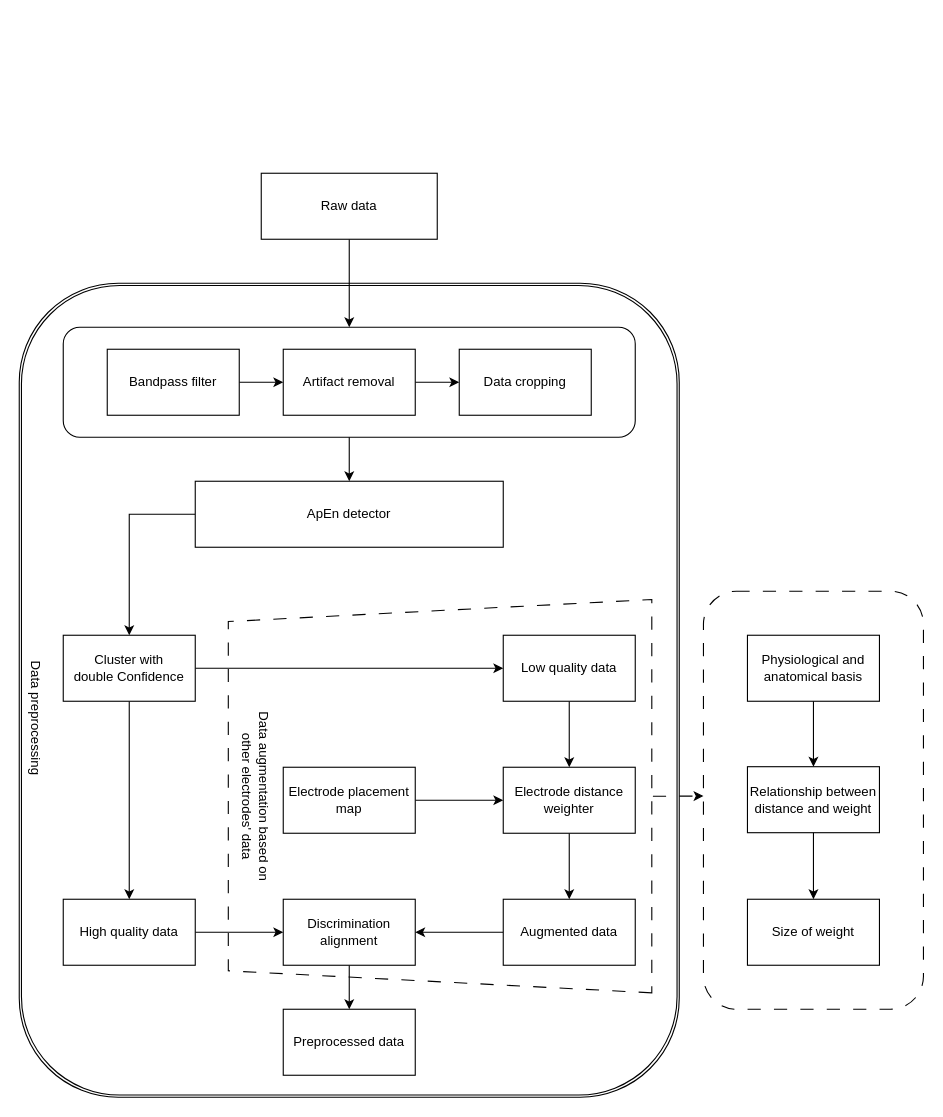
The draw.io diagram Flowchart_0401汇报版本.drawio in JiPingCui/hello-world, before the edit. Source tidied: cells renumbered, new cells numbered last; positions are measured from the earlier drawing's top-left corner, leaving out a move shared by most shapes. Both pictures are drawn from the tidied source at 110%, with x=0, y=0 at pixel (-36, 173).
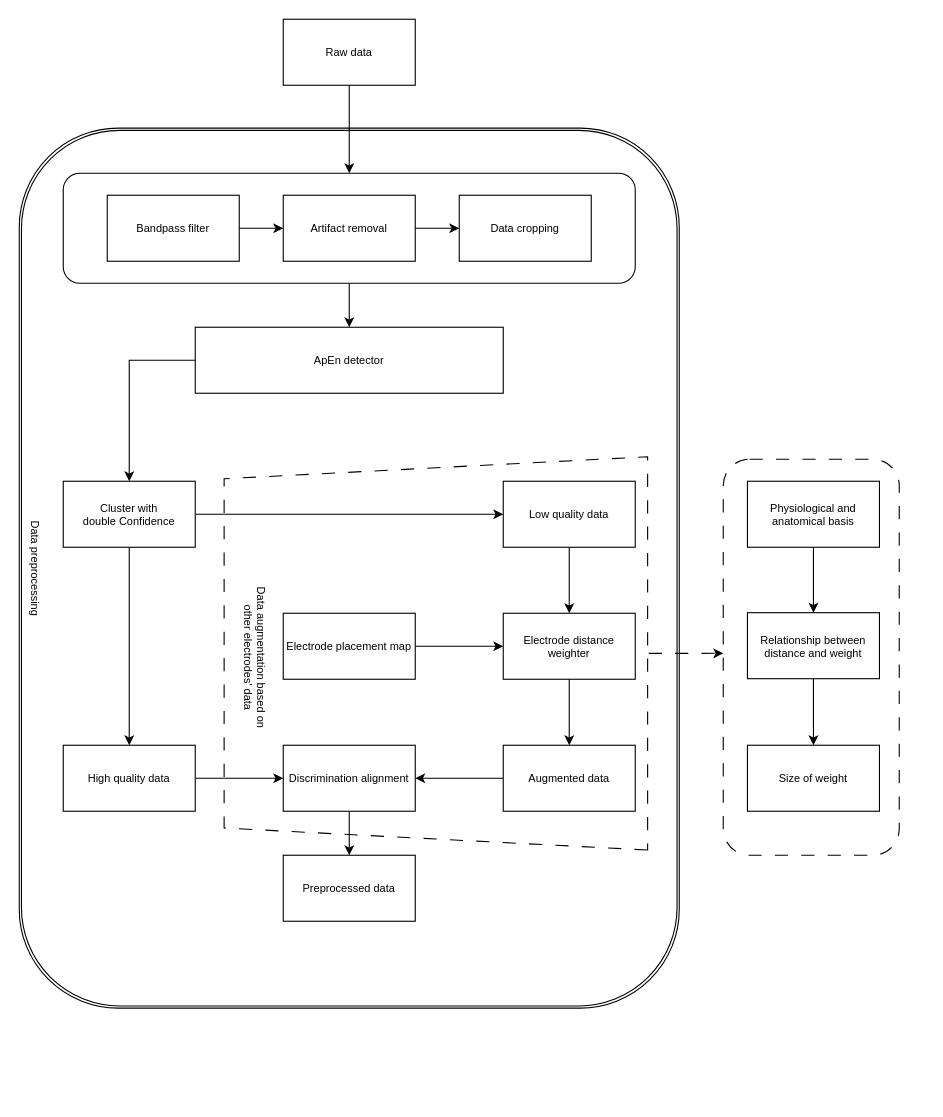
The same page after the edit.

Commit message:
更新Flowchart_0401汇报版本.drawio

Change to the diagram source:
```diff
@@
-    <mxCell id="2" style="group;" parent="1" vertex="1">
-      <mxGeometry x="50" width="822" height="840" as="geometry" />
-    </mxCell>
-    <mxCell id="3" style="rounded=1;whiteSpace=wrap;html=1;fillColor=none;dashed=1;dashPattern=12 12;" parent="2" vertex="1">
-      <mxGeometry x="622" y="380" width="200" height="380" as="geometry" />
+    <mxCell id="3" style="rounded=1;whiteSpace=wrap;html=1;fillColor=none;dashed=1;dashPattern=12 12;fontSize=10;" parent="1" vertex="1">
+      <mxGeometry x="690" y="260" width="160" height="360" as="geometry" />
     </mxCell>
-    <mxCell id="4" style="shape=ext;double=1;rounded=1;whiteSpace=wrap;html=1;fillColor=none;" parent="2" vertex="1">
-      <mxGeometry y="100" width="600" height="740" as="geometry" />
+    <mxCell id="4" style="shape=ext;double=1;rounded=1;whiteSpace=wrap;html=1;fillColor=none;fontSize=10;" parent="1" vertex="1">
+      <mxGeometry x="50" y="-41" width="600" height="800" as="geometry" />
     </mxCell>
-    <mxCell id="5" style="shape=trapezoid;perimeter=trapezoidPerimeter;whiteSpace=wrap;html=1;fixedSize=1;rotation=-90;strokeWidth=1;perimeterSpacing=1;fillColor=none;dashed=1;dashPattern=12 12;" parent="2" vertex="1">
-      <mxGeometry x="203.8" y="373.8" width="357.5" height="385" as="geometry" />
+    <mxCell id="5" style="shape=trapezoid;perimeter=trapezoidPerimeter;whiteSpace=wrap;html=1;fixedSize=1;rotation=-90;strokeWidth=1;perimeterSpacing=1;fillColor=none;dashed=1;dashPattern=12 12;fontSize=10;" parent="1" vertex="1">
+      <mxGeometry x="250" y="244" width="357.5" height="385" as="geometry" />
     </mxCell>
-    <mxCell id="6" style="edgeStyle=orthogonalEdgeStyle;rounded=0;jettySize=auto;html=1;exitX=0.5;exitY=1;exitDx=0;exitDy=0;entryX=0.5;entryY=0;entryDx=0;entryDy=0;" parent="2" edge="1" source="7" target="26">
+    <mxCell id="6" style="edgeStyle=orthogonalEdgeStyle;rounded=0;jettySize=auto;html=1;exitX=0.5;exitY=1;exitDx=0;exitDy=0;entryX=0.5;entryY=0;entryDx=0;entryDy=0;fontSize=10;" parent="1" edge="1" source="7" target="26">
       <mxGeometry relative="1" as="geometry" />
     </mxCell>
-    <mxCell id="7" value="Raw data" style="rounded=0;whiteSpace=wrap;html=1;" parent="2" vertex="1">
-      <mxGeometry x="220" width="160" height="60" as="geometry" />
+    <mxCell id="7" value="Raw data" style="rounded=0;whiteSpace=wrap;html=1;fontSize=10;" parent="1" vertex="1">
+      <mxGeometry x="290" y="-140" width="120" height="60" as="geometry" />
     </mxCell>
-    <mxCell id="8" style="edgeStyle=orthogonalEdgeStyle;rounded=0;jettySize=auto;html=1;exitX=0;exitY=0.5;exitDx=0;exitDy=0;entryX=0.5;entryY=0;entryDx=0;entryDy=0;" parent="2" edge="1" source="9" target="31">
+    <mxCell id="8" style="edgeStyle=orthogonalEdgeStyle;rounded=0;jettySize=auto;html=1;exitX=0;exitY=0.5;exitDx=0;exitDy=0;entryX=0.5;entryY=0;entryDx=0;entryDy=0;fontSize=10;" parent="1" edge="1" source="9" target="31">
       <mxGeometry relative="1" as="geometry" />
     </mxCell>
-    <mxCell id="9" value="ApEn detector" style="rounded=0;whiteSpace=wrap;html=1;" parent="2" vertex="1">
-      <mxGeometry x="160" y="280" width="280" height="60" as="geometry" />
+    <mxCell id="9" value="ApEn detector" style="rounded=0;whiteSpace=wrap;html=1;fontSize=10;" parent="1" vertex="1">
+      <mxGeometry x="210" y="140" width="280" height="60" as="geometry" />
     </mxCell>
-    <mxCell id="10" style="edgeStyle=orthogonalEdgeStyle;rounded=0;jettySize=auto;html=1;" parent="2" edge="1" source="11" target="20">
+    <mxCell id="10" style="edgeStyle=orthogonalEdgeStyle;rounded=0;jettySize=auto;html=1;fontSize=10;" parent="1" edge="1" source="11" target="20">
       <mxGeometry relative="1" as="geometry" />
     </mxCell>
-    <mxCell id="11" value="Low quality data" style="rounded=0;whiteSpace=wrap;html=1;" parent="2" vertex="1">
-      <mxGeometry x="440" y="420" width="120" height="60" as="geometry" />
+    <mxCell id="11" value="Low quality data" style="rounded=0;whiteSpace=wrap;html=1;fontSize=10;" parent="1" vertex="1">
+      <mxGeometry x="490" y="280" width="120" height="60" as="geometry" />
     </mxCell>
-    <mxCell id="12" style="edgeStyle=orthogonalEdgeStyle;rounded=0;jettySize=auto;html=1;entryX=0;entryY=0.5;entryDx=0;entryDy=0;" parent="2" edge="1" source="13" target="40">
+    <mxCell id="12" style="edgeStyle=orthogonalEdgeStyle;rounded=0;jettySize=auto;html=1;entryX=0;entryY=0.5;entryDx=0;entryDy=0;fontSize=10;" parent="1" edge="1" source="13" target="40">
       <mxGeometry relative="1" as="geometry">
         <Array as="points">
-          <mxPoint x="240" y="690" />
+          <mxPoint x="290" y="550" />
         </Array>
       </mxGeometry>
     </mxCell>
-    <mxCell id="13" value="High quality data" style="rounded=0;whiteSpace=wrap;html=1;" parent="2" vertex="1">
-      <mxGeometry x="40" y="660" width="120" height="60" as="geometry" />
+    <mxCell id="13" value="High quality data" style="rounded=0;whiteSpace=wrap;html=1;fontSize=10;" parent="1" vertex="1">
+      <mxGeometry x="90" y="520" width="120" height="60" as="geometry" />
     </mxCell>
-    <mxCell id="14" style="edgeStyle=orthogonalEdgeStyle;rounded=0;jettySize=auto;html=1;entryX=0;entryY=0.5;entryDx=0;entryDy=0;" parent="2" edge="1" source="15" target="17">
+    <mxCell id="14" style="edgeStyle=orthogonalEdgeStyle;rounded=0;jettySize=auto;html=1;entryX=0;entryY=0.5;entryDx=0;entryDy=0;fontSize=10;" parent="1" edge="1" source="15" target="17">
       <mxGeometry relative="1" as="geometry" />
     </mxCell>
+    <mxCell id="26" style="rounded=1;whiteSpace=wrap;html=1;fillColor=none;fontSize=10;" parent="1" vertex="1">
+      <mxGeometry x="90" width="520" height="100" as="geometry" />
+    </mxCell>
-    <mxCell id="15" value="Bandpass filter" style="rounded=0;whiteSpace=wrap;html=1;" parent="2" vertex="1">
-      <mxGeometry x="80" y="160" width="120" height="60" as="geometry" />
+    <mxCell id="15" value="Bandpass filter" style="rounded=0;whiteSpace=wrap;html=1;fontSize=10;" parent="1" vertex="1">
+      <mxGeometry x="130" y="20" width="120" height="60" as="geometry" />
     </mxCell>
-    <mxCell id="16" style="edgeStyle=orthogonalEdgeStyle;rounded=0;jettySize=auto;html=1;entryX=0;entryY=0.5;entryDx=0;entryDy=0;" parent="2" edge="1" source="17" target="18">
+    <mxCell id="16" style="edgeStyle=orthogonalEdgeStyle;rounded=0;jettySize=auto;html=1;entryX=0;entryY=0.5;entryDx=0;entryDy=0;fontSize=10;" parent="1" edge="1" source="17" target="18">
       <mxGeometry relative="1" as="geometry" />
     </mxCell>
-    <mxCell id="17" value="Artifact removal" style="rounded=0;whiteSpace=wrap;html=1;" parent="2" vertex="1">
-      <mxGeometry x="240" y="160" width="120" height="60" as="geometry" />
+    <mxCell id="17" value="Artifact removal" style="rounded=0;whiteSpace=wrap;html=1;fontSize=10;" parent="1" vertex="1">
+      <mxGeometry x="290" y="20" width="120" height="60" as="geometry" />
     </mxCell>
-    <mxCell id="18" value="Data cropping" style="rounded=0;whiteSpace=wrap;html=1;" parent="2" vertex="1">
-      <mxGeometry x="400" y="160" width="120" height="60" as="geometry" />
+    <mxCell id="18" value="Data cropping" style="rounded=0;whiteSpace=wrap;html=1;fontSize=10;" parent="1" vertex="1">
+      <mxGeometry x="450" y="20" width="120" height="60" as="geometry" />
     </mxCell>
-    <mxCell id="19" style="edgeStyle=orthogonalEdgeStyle;rounded=0;jettySize=auto;html=1;entryX=0.5;entryY=0;entryDx=0;entryDy=0;" parent="2" edge="1" source="20" target="22">
+    <mxCell id="19" style="edgeStyle=orthogonalEdgeStyle;rounded=0;jettySize=auto;html=1;entryX=0.5;entryY=0;entryDx=0;entryDy=0;fontSize=10;" parent="1" edge="1" source="20" target="22">
       <mxGeometry relative="1" as="geometry" />
     </mxCell>
-    <mxCell id="20" value="Electrode distance weighter" style="rounded=0;whiteSpace=wrap;html=1;" parent="2" vertex="1">
-      <mxGeometry x="440" y="540" width="120" height="60" as="geometry" />
+    <mxCell id="20" value="Electrode distance weighter" style="rounded=0;whiteSpace=wrap;html=1;fontSize=10;" parent="1" vertex="1">
+      <mxGeometry x="490" y="400" width="120" height="60" as="geometry" />
     </mxCell>
-    <mxCell id="21" style="edgeStyle=orthogonalEdgeStyle;rounded=0;jettySize=auto;html=1;entryX=1;entryY=0.5;entryDx=0;entryDy=0;" parent="2" edge="1" source="22" target="40">
+    <mxCell id="21" style="edgeStyle=orthogonalEdgeStyle;rounded=0;jettySize=auto;html=1;entryX=1;entryY=0.5;entryDx=0;entryDy=0;fontSize=10;" parent="1" edge="1" source="22" target="40">
       <mxGeometry relative="1" as="geometry" />
     </mxCell>
-    <mxCell id="22" value="Augmented data" style="rounded=0;whiteSpace=wrap;html=1;" parent="2" vertex="1">
-      <mxGeometry x="440" y="660" width="120" height="60" as="geometry" />
+    <mxCell id="22" value="Augmented data" style="rounded=0;whiteSpace=wrap;html=1;fontSize=10;" parent="1" vertex="1">
+      <mxGeometry x="490" y="520" width="120" height="60" as="geometry" />
     </mxCell>
-    <mxCell id="23" value="Preprocessed data" style="rounded=0;whiteSpace=wrap;html=1;" parent="2" vertex="1">
-      <mxGeometry x="240" y="760" width="120" height="60" as="geometry" />
+    <mxCell id="23" value="Preprocessed data" style="rounded=0;whiteSpace=wrap;html=1;fontSize=10;" parent="1" vertex="1">
+      <mxGeometry x="290" y="620" width="120" height="60" as="geometry" />
     </mxCell>
-    <mxCell id="24" value="Data preprocessing" style="text;html=1;align=center;verticalAlign=middle;strokeColor=none;fillColor=none;rotation=90;" parent="2" vertex="1">
-      <mxGeometry x="-50" y="480" width="130" height="30" as="geometry" />
+    <mxCell id="24" value="Data preprocessing" style="text;html=1;align=center;verticalAlign=middle;strokeColor=none;fillColor=none;rotation=90;fontSize=10;" parent="1" vertex="1">
+      <mxGeometry x="10" y="344" width="110" height="30" as="geometry" />
     </mxCell>
-    <mxCell id="25" style="edgeStyle=orthogonalEdgeStyle;rounded=0;jettySize=auto;html=1;entryX=0.5;entryY=0;entryDx=0;entryDy=0;" parent="2" edge="1" source="26" target="9">
+    <mxCell id="25" style="edgeStyle=orthogonalEdgeStyle;rounded=0;jettySize=auto;html=1;entryX=0.5;entryY=0;entryDx=0;entryDy=0;fontSize=10;" parent="1" edge="1" source="26" target="9">
       <mxGeometry relative="1" as="geometry" />
     </mxCell>
-    <mxCell id="26" style="rounded=1;whiteSpace=wrap;html=1;fillColor=none;" parent="2" vertex="1">
-      <mxGeometry x="40" y="140" width="520" height="100" as="geometry" />
-    </mxCell>
-    <mxCell id="27" style="edgeStyle=orthogonalEdgeStyle;rounded=0;jettySize=auto;html=1;entryX=0;entryY=0.5;entryDx=0;entryDy=0;" parent="2" edge="1" source="28" target="20">
+    <mxCell id="27" style="edgeStyle=orthogonalEdgeStyle;rounded=0;jettySize=auto;html=1;entryX=0;entryY=0.5;entryDx=0;entryDy=0;fontSize=10;" parent="1" edge="1" source="28" target="20">
       <mxGeometry relative="1" as="geometry" />
     </mxCell>
-    <mxCell id="28" value="Electrode placement map" style="rounded=0;whiteSpace=wrap;html=1;" parent="2" vertex="1">
-      <mxGeometry x="240" y="540" width="120" height="60" as="geometry" />
+    <mxCell id="28" value="Electrode placement map" style="rounded=0;whiteSpace=wrap;html=1;fontSize=10;" parent="1" vertex="1">
+      <mxGeometry x="290" y="400" width="120" height="60" as="geometry" />
     </mxCell>
-    <mxCell id="29" style="edgeStyle=orthogonalEdgeStyle;rounded=0;jettySize=auto;html=1;exitX=1;exitY=0.5;exitDx=0;exitDy=0;" parent="2" edge="1" source="31" target="11">
+    <mxCell id="29" style="edgeStyle=orthogonalEdgeStyle;rounded=0;jettySize=auto;html=1;exitX=1;exitY=0.5;exitDx=0;exitDy=0;fontSize=10;" parent="1" edge="1" source="31" target="11">
       <mxGeometry relative="1" as="geometry" />
     </mxCell>
-    <mxCell id="30" style="edgeStyle=orthogonalEdgeStyle;rounded=0;jettySize=auto;html=1;exitX=0.5;exitY=1;exitDx=0;exitDy=0;" parent="2" edge="1" source="31" target="13">
+    <mxCell id="30" style="edgeStyle=orthogonalEdgeStyle;rounded=0;jettySize=auto;html=1;exitX=0.5;exitY=1;exitDx=0;exitDy=0;fontSize=10;" parent="1" edge="1" source="31" target="13">
       <mxGeometry relative="1" as="geometry" />
     </mxCell>
-    <mxCell id="31" value="&lt;div&gt;Cluster with&lt;/div&gt;&lt;div&gt;double Confidence&lt;/div&gt;" style="rounded=0;whiteSpace=wrap;html=1;" parent="2" vertex="1">
-      <mxGeometry x="40" y="420" width="120" height="60" as="geometry" />
+    <mxCell id="31" value="&lt;div&gt;Cluster with&lt;/div&gt;&lt;div&gt;double Confidence&lt;/div&gt;" style="rounded=0;whiteSpace=wrap;html=1;fontSize=10;" parent="1" vertex="1">
+      <mxGeometry x="90" y="280" width="120" height="60" as="geometry" />
     </mxCell>
-    <mxCell id="32" style="edgeStyle=orthogonalEdgeStyle;rounded=0;jettySize=auto;html=1;" parent="2" edge="1" source="33" target="36">
+    <mxCell id="32" style="edgeStyle=orthogonalEdgeStyle;rounded=0;jettySize=auto;html=1;fontSize=10;" parent="1" edge="1" source="33" target="36">
       <mxGeometry relative="1" as="geometry" />
     </mxCell>
-    <mxCell id="33" value="Physiological and anatomical basis" style="whiteSpace=wrap;html=1;fillColor=none;strokeWidth=1;" parent="2" vertex="1">
-      <mxGeometry x="662" y="420" width="120" height="60" as="geometry" />
+    <mxCell id="33" value="Physiological and anatomical basis" style="whiteSpace=wrap;html=1;fillColor=none;strokeWidth=1;fontSize=10;" parent="1" vertex="1">
+      <mxGeometry x="712" y="280" width="120" height="60" as="geometry" />
     </mxCell>
-    <mxCell id="34" value="&lt;div&gt;Data augmentation based on&lt;/div&gt;&lt;div&gt;other electrodes' data&lt;/div&gt;" style="text;html=1;align=center;verticalAlign=middle;strokeColor=none;fillColor=none;rotation=90;" parent="2" vertex="1">
-      <mxGeometry x="125" y="546.2" width="180" height="40" as="geometry" />
+    <mxCell id="34" value="&lt;div&gt;Data augmentation based on&lt;/div&gt;&lt;div&gt;other electrodes' data&lt;/div&gt;" style="text;html=1;align=center;verticalAlign=middle;strokeColor=none;fillColor=none;rotation=90;fontSize=10;" parent="1" vertex="1">
+      <mxGeometry x="190" y="420" width="150" height="40" as="geometry" />
     </mxCell>
-    <mxCell id="35" style="edgeStyle=orthogonalEdgeStyle;rounded=0;jettySize=auto;html=1;" parent="2" edge="1" source="36" target="37">
+    <mxCell id="35" style="edgeStyle=orthogonalEdgeStyle;rounded=0;jettySize=auto;html=1;fontSize=10;" parent="1" edge="1" source="36" target="37">
       <mxGeometry relative="1" as="geometry" />
     </mxCell>
-    <mxCell id="36" value="Relationship between distance and weight" style="whiteSpace=wrap;html=1;fillColor=none;strokeWidth=1;" parent="2" vertex="1">
-      <mxGeometry x="662" y="539.5" width="120" height="60" as="geometry" />
+    <mxCell id="36" value="Relationship between distance and weight" style="whiteSpace=wrap;html=1;fillColor=none;strokeWidth=1;fontSize=10;" parent="1" vertex="1">
+      <mxGeometry x="712" y="399.5" width="120" height="60" as="geometry" />
     </mxCell>
-    <mxCell id="37" value="Size of weight" style="whiteSpace=wrap;html=1;fillColor=none;strokeWidth=1;" parent="2" vertex="1">
-      <mxGeometry x="662" y="660" width="120" height="60" as="geometry" />
+    <mxCell id="37" value="Size of weight" style="whiteSpace=wrap;html=1;fillColor=none;strokeWidth=1;fontSize=10;" parent="1" vertex="1">
+      <mxGeometry x="712" y="520" width="120" height="60" as="geometry" />
     </mxCell>
-    <mxCell id="38" style="edgeStyle=orthogonalEdgeStyle;rounded=0;jettySize=auto;html=1;exitX=0.5;exitY=1;exitDx=0;exitDy=0;entryX=0;entryY=0.49;entryDx=0;entryDy=0;entryPerimeter=0;dashed=1;dashPattern=12 12;" parent="2" edge="1" source="5" target="3">
+    <mxCell id="38" style="edgeStyle=orthogonalEdgeStyle;rounded=0;jettySize=auto;html=1;exitX=0.5;exitY=1;exitDx=0;exitDy=0;entryX=0;entryY=0.49;entryDx=0;entryDy=0;entryPerimeter=0;dashed=1;dashPattern=12 12;fontSize=10;" parent="1" edge="1" source="5" target="3">
       <mxGeometry relative="1" as="geometry" />
     </mxCell>
-    <mxCell id="39" style="edgeStyle=orthogonalEdgeStyle;rounded=0;jettySize=auto;html=1;entryX=0.5;entryY=0;entryDx=0;entryDy=0;" parent="2" edge="1" source="40" target="23">
+    <mxCell id="39" style="edgeStyle=orthogonalEdgeStyle;rounded=0;jettySize=auto;html=1;entryX=0.5;entryY=0;entryDx=0;entryDy=0;fontSize=10;" parent="1" edge="1" source="40" target="23">
       <mxGeometry relative="1" as="geometry" />
     </mxCell>
-    <mxCell id="40" value="Discrimination alignment" style="rounded=0;whiteSpace=wrap;html=1;" parent="2" vertex="1">
-      <mxGeometry x="240" y="660" width="120" height="60" as="geometry" />
+    <mxCell id="40" value="Discrimination alignment" style="rounded=0;whiteSpace=wrap;html=1;fontSize=10;" parent="1" vertex="1">
+      <mxGeometry x="290" y="520" width="120" height="60" as="geometry" />
     </mxCell>
```
